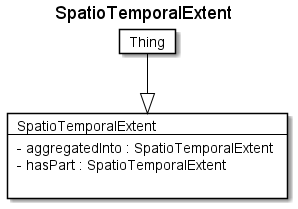
Before: fragments/diagrams/SpatioTemporalExtent.png, a diagram exported from PlantUML (rtigran/rdf2adoc).
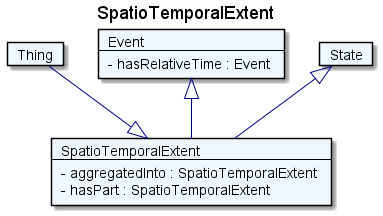
After the change.

Change to the diagram source:
```diff
@@ -1,15 +1,24 @@
 @startuml
 Title SpatioTemporalExtent
 
-Card SpatioTemporalExtent #fff [
+Card SpatioTemporalExtent #F0F8FF [
 SpatioTemporalExtent
 ----
 - aggregatedInto : SpatioTemporalExtent
 - hasPart : SpatioTemporalExtent
-
 ]
-Card Thing #fff [
+Card Thing #F0F8FF [
 Thing
 ]
-Thing --|> SpatioTemporalExtent  #000
+Thing --|> SpatioTemporalExtent  #00008B
+Card Event #F0F8FF [
+Event
+----
+- hasRelativeTime : Event
+]
+Event <|-- SpatioTemporalExtent  #00008B
+Card State #F0F8FF [
+State
+]
+State <|-- SpatioTemporalExtent  #00008B
 @enduml
```
